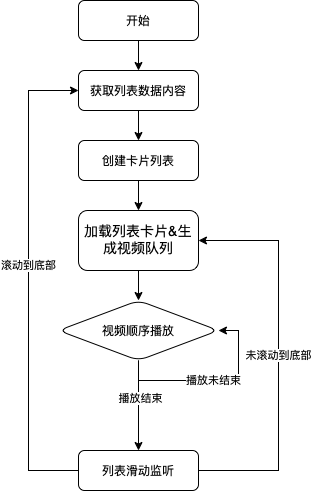
Above: 流程图.drawio.png in wushenchao/dro (draw.io), before the change. Source tidied: cells renumbered, new cells last; positions are measured from the earlier drawing's top-left corner, leaving out a move shared by most shapes. Its diagram source:
```xml
<mxGraphModel>
  <root>
    <mxCell id="0" />
    <mxCell id="1" parent="0" />
    <mxCell id="2" style="edgeStyle=orthogonalEdgeStyle;rounded=0;jettySize=auto;html=1;" parent="1" edge="1" source="3" target="5">
      <mxGeometry relative="1" as="geometry" />
    </mxCell>
    <mxCell id="3" value="开始" style="rounded=1;whiteSpace=wrap;html=1;" parent="1" vertex="1">
      <mxGeometry x="50" width="120" height="40" as="geometry" />
    </mxCell>
    <mxCell id="4" style="edgeStyle=orthogonalEdgeStyle;rounded=0;jettySize=auto;html=1;" parent="1" edge="1" source="5" target="7">
      <mxGeometry relative="1" as="geometry" />
    </mxCell>
    <mxCell id="5" value="获取列表数据内容" style="whiteSpace=wrap;html=1;rounded=1;" parent="1" vertex="1">
      <mxGeometry x="50" y="70" width="120" height="40" as="geometry" />
    </mxCell>
    <mxCell id="6" style="edgeStyle=orthogonalEdgeStyle;rounded=0;jettySize=auto;html=1;" parent="1" edge="1" source="7" target="9">
      <mxGeometry relative="1" as="geometry" />
    </mxCell>
    <mxCell id="7" value="创建卡片列表" style="whiteSpace=wrap;html=1;rounded=1;" parent="1" vertex="1">
      <mxGeometry x="50" y="140" width="120" height="40" as="geometry" />
    </mxCell>
    <mxCell id="8" style="edgeStyle=orthogonalEdgeStyle;rounded=0;jettySize=auto;html=1;" parent="1" edge="1" source="9" target="12">
      <mxGeometry relative="1" as="geometry" />
    </mxCell>
    <mxCell id="9" value="&lt;span style=&quot;font-size: 10.5pt ; line-height: 16.799999237060547px&quot;&gt;加载列表卡片&amp;amp;生成视频队列&lt;/span&gt;&lt;span style=&quot;font-size: medium&quot;&gt;&lt;/span&gt;" style="whiteSpace=wrap;html=1;rounded=1;" parent="1" vertex="1">
      <mxGeometry x="50" y="210" width="120" height="60" as="geometry" />
    </mxCell>
    <mxCell id="10" style="edgeStyle=orthogonalEdgeStyle;rounded=0;jettySize=auto;html=1;" parent="1" edge="1" source="12" target="16">
      <mxGeometry relative="1" as="geometry" />
    </mxCell>
    <mxCell id="11" value="播放结束" style="edgeLabel;html=1;align=center;verticalAlign=middle;" parent="10" vertex="1">
      <mxGeometry x="-0.17" y="1" relative="1" as="geometry" />
    </mxCell>
    <mxCell id="12" value="视频顺序播放" style="rhombus;whiteSpace=wrap;html=1;rounded=1;" parent="1" vertex="1">
      <mxGeometry x="30" y="300" width="160" height="60" as="geometry" />
    </mxCell>
    <mxCell id="13" style="edgeStyle=orthogonalEdgeStyle;rounded=0;jettySize=auto;html=1;exitX=0;exitY=0.5;exitDx=0;exitDy=0;entryX=0;entryY=0.5;entryDx=0;entryDy=0;" parent="1" edge="1" source="16" target="5">
      <mxGeometry relative="1" as="geometry">
        <Array as="points">
          <mxPoint y="470" />
          <mxPoint y="90" />
        </Array>
      </mxGeometry>
    </mxCell>
    <mxCell id="14" value="滚动到底部" style="edgeLabel;html=1;align=center;verticalAlign=middle;" parent="13" vertex="1">
      <mxGeometry x="0.07" y="1" relative="1" as="geometry" />
    </mxCell>
    <mxCell id="15" value="未滚动到底部" style="edgeStyle=orthogonalEdgeStyle;rounded=0;jettySize=auto;html=1;exitX=1;exitY=0.5;exitDx=0;exitDy=0;entryX=1;entryY=0.5;entryDx=0;entryDy=0;" parent="1" edge="1" source="16" target="9">
      <mxGeometry relative="1" as="geometry">
        <Array as="points">
          <mxPoint x="250" y="470" />
          <mxPoint x="250" y="240" />
        </Array>
      </mxGeometry>
    </mxCell>
    <mxCell id="16" value="列表滑动监听" style="whiteSpace=wrap;html=1;rounded=1;" parent="1" vertex="1">
      <mxGeometry x="50" y="450" width="120" height="40" as="geometry" />
    </mxCell>
    <mxCell id="17" style="edgeStyle=orthogonalEdgeStyle;rounded=0;orthogonalLoop=1;jettySize=auto;html=1;exitX=0.5;exitY=1;exitDx=0;exitDy=0;" parent="1" edge="1" source="12" target="12">
      <mxGeometry relative="1" as="geometry" />
    </mxCell>
    <mxCell id="18" value="播放未结束" style="edgeStyle=orthogonalEdgeStyle;rounded=0;orthogonalLoop=1;jettySize=auto;html=1;exitX=0.5;exitY=1;exitDx=0;exitDy=0;entryX=1;entryY=0.5;entryDx=0;entryDy=0;" parent="1" edge="1" source="12" target="12">
      <mxGeometry relative="1" as="geometry" />
    </mxCell>
  </root>
</mxGraphModel>
```
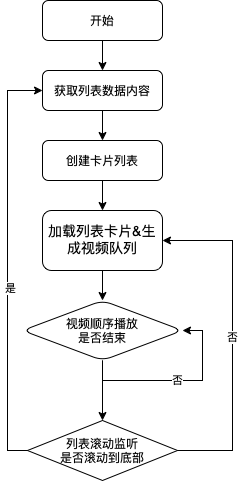
The same file after the commit.

What changed in the source:
```diff
@@ -26,42 +26,34 @@
     <mxCell id="9" value="&lt;span style=&quot;font-size: 10.5pt ; line-height: 16.799999237060547px&quot;&gt;加载列表卡片&amp;amp;生成视频队列&lt;/span&gt;&lt;span style=&quot;font-size: medium&quot;&gt;&lt;/span&gt;" style="whiteSpace=wrap;html=1;rounded=1;" parent="1" vertex="1">
       <mxGeometry x="50" y="210" width="120" height="60" as="geometry" />
     </mxCell>
-    <mxCell id="10" style="edgeStyle=orthogonalEdgeStyle;rounded=0;jettySize=auto;html=1;" parent="1" edge="1" source="12" target="16">
-      <mxGeometry relative="1" as="geometry" />
-    </mxCell>
-    <mxCell id="11" value="播放结束" style="edgeLabel;html=1;align=center;verticalAlign=middle;" parent="10" vertex="1">
-      <mxGeometry x="-0.17" y="1" relative="1" as="geometry" />
-    </mxCell>
+    <mxCell id="19" style="edgeStyle=orthogonalEdgeStyle;rounded=0;jettySize=auto;html=1;exitX=0.5;exitY=1;exitDx=0;exitDy=0;entryX=0.5;entryY=0;entryDx=0;entryDy=0;" parent="1" edge="1" source="12" target="23">
+      <mxGeometry relative="1" as="geometry" />
+    </mxCell>
-    <mxCell id="12" value="视频顺序播放" style="rhombus;whiteSpace=wrap;html=1;rounded=1;" parent="1" vertex="1">
+    <mxCell id="12" value="视频顺序播放&lt;br&gt;是否结束" style="rhombus;whiteSpace=wrap;html=1;rounded=1;" parent="1" vertex="1">
       <mxGeometry x="30" y="300" width="160" height="60" as="geometry" />
     </mxCell>
-    <mxCell id="13" style="edgeStyle=orthogonalEdgeStyle;rounded=0;jettySize=auto;html=1;exitX=0;exitY=0.5;exitDx=0;exitDy=0;entryX=0;entryY=0.5;entryDx=0;entryDy=0;" parent="1" edge="1" source="16" target="5">
-      <mxGeometry relative="1" as="geometry">
-        <Array as="points">
-          <mxPoint y="470" />
-          <mxPoint y="90" />
-        </Array>
-      </mxGeometry>
-    </mxCell>
-    <mxCell id="14" value="滚动到底部" style="edgeLabel;html=1;align=center;verticalAlign=middle;" parent="13" vertex="1">
-      <mxGeometry x="0.07" y="1" relative="1" as="geometry" />
-    </mxCell>
-    <mxCell id="15" value="未滚动到底部" style="edgeStyle=orthogonalEdgeStyle;rounded=0;jettySize=auto;html=1;exitX=1;exitY=0.5;exitDx=0;exitDy=0;entryX=1;entryY=0.5;entryDx=0;entryDy=0;" parent="1" edge="1" source="16" target="9">
-      <mxGeometry relative="1" as="geometry">
-        <Array as="points">
-          <mxPoint x="250" y="470" />
-          <mxPoint x="250" y="240" />
-        </Array>
-      </mxGeometry>
-    </mxCell>
-    <mxCell id="16" value="列表滑动监听" style="whiteSpace=wrap;html=1;rounded=1;" parent="1" vertex="1">
-      <mxGeometry x="50" y="450" width="120" height="40" as="geometry" />
-    </mxCell>
     <mxCell id="17" style="edgeStyle=orthogonalEdgeStyle;rounded=0;orthogonalLoop=1;jettySize=auto;html=1;exitX=0.5;exitY=1;exitDx=0;exitDy=0;" parent="1" edge="1" source="12" target="12">
       <mxGeometry relative="1" as="geometry" />
     </mxCell>
-    <mxCell id="18" value="播放未结束" style="edgeStyle=orthogonalEdgeStyle;rounded=0;orthogonalLoop=1;jettySize=auto;html=1;exitX=0.5;exitY=1;exitDx=0;exitDy=0;entryX=1;entryY=0.5;entryDx=0;entryDy=0;" parent="1" edge="1" source="12" target="12">
+    <mxCell id="18" value="否" style="edgeStyle=orthogonalEdgeStyle;rounded=0;orthogonalLoop=1;jettySize=auto;html=1;exitX=0.5;exitY=1;exitDx=0;exitDy=0;entryX=1;entryY=0.5;entryDx=0;entryDy=0;" parent="1" edge="1" source="12" target="12">
       <mxGeometry relative="1" as="geometry" />
     </mxCell>
+    <mxCell id="20" value="否" style="edgeStyle=orthogonalEdgeStyle;rounded=0;jettySize=auto;html=1;exitX=1;exitY=0.5;exitDx=0;exitDy=0;entryX=1;entryY=0.5;entryDx=0;entryDy=0;" parent="1" edge="1" source="23" target="9">
+      <mxGeometry relative="1" as="geometry">
+        <Array as="points">
+          <mxPoint x="240" y="450" />
+          <mxPoint x="240" y="240" />
+        </Array>
+      </mxGeometry>
+    </mxCell>
+    <mxCell id="21" style="edgeStyle=orthogonalEdgeStyle;rounded=0;jettySize=auto;html=1;exitX=0;exitY=0.5;exitDx=0;exitDy=0;entryX=0;entryY=0.5;entryDx=0;entryDy=0;" parent="1" edge="1" source="23" target="5">
+      <mxGeometry relative="1" as="geometry" />
+    </mxCell>
+    <mxCell id="22" value="是" style="edgeLabel;html=1;align=center;verticalAlign=middle;" parent="21" vertex="1">
+      <mxGeometry x="-0.12" y="-2" relative="1" as="geometry" />
+    </mxCell>
+    <mxCell id="23" value="列表滚动监听&lt;br&gt;是否滚动到底部" style="rhombus;whiteSpace=wrap;html=1;" parent="1" vertex="1">
+      <mxGeometry x="35" y="420" width="150" height="60" as="geometry" />
+    </mxCell>
   </root>
 </mxGraphModel>
```
